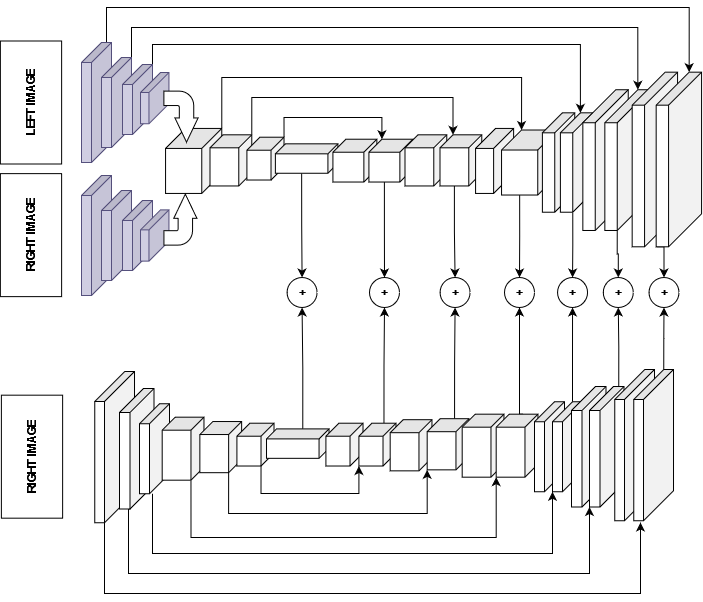
This is test.png from APVGITHUB/stereo-fpga, a draw.io export, as it was before one commit. Source tidied: cells renumbered, new cells last; positions are measured from the earlier drawing's top-left corner, leaving out a move shared by most shapes.
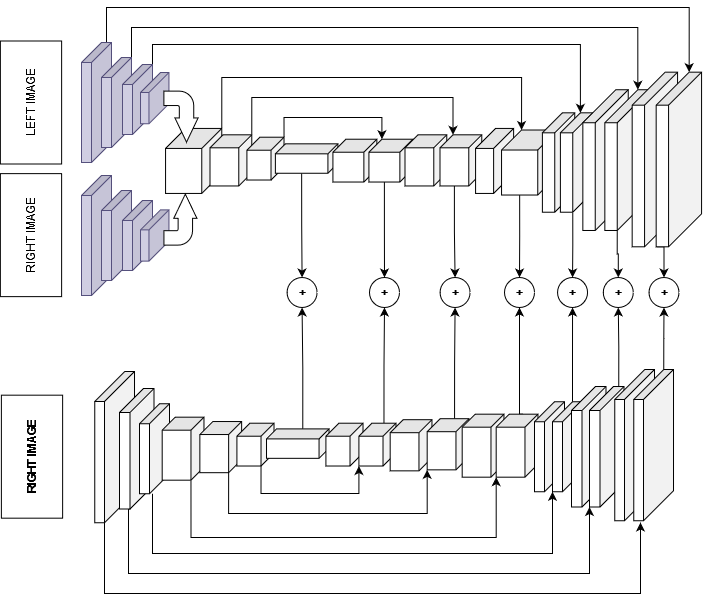
Above is the later version.

The edit, as a diff of the source:
```diff
@@ -45,10 +45,10 @@
     <mxCell id="12" style="shape=cube;whiteSpace=wrap;html=1;boundedLbl=1;backgroundOutline=1;darkOpacity=0.05;darkOpacity2=0.1;rotation=90;fillColor=#d0cee2;strokeColor=#56517e;" parent="1" vertex="1">
       <mxGeometry x="159.6" y="213.8" width="51.2" height="28.4" as="geometry" />
     </mxCell>
-    <mxCell id="13" value="&lt;b&gt;LEFT IMAGE&lt;/b&gt;" style="rounded=0;whiteSpace=wrap;html=1;rotation=-90;" parent="1" vertex="1">
+    <mxCell id="13" value="LEFT IMAGE" style="rounded=0;whiteSpace=wrap;html=1;rotation=-90;" parent="1" vertex="1">
       <mxGeometry y="64.4" width="123" height="61.2" as="geometry" />
     </mxCell>
-    <mxCell id="14" value="&lt;b&gt;RIGHT IMAGE&lt;/b&gt;" style="rounded=0;whiteSpace=wrap;html=1;rotation=-90;" parent="1" vertex="1">
+    <mxCell id="14" value="RIGHT IMAGE" style="rounded=0;whiteSpace=wrap;html=1;rotation=-90;" parent="1" vertex="1">
       <mxGeometry y="197" width="123" height="61.2" as="geometry" />
     </mxCell>
     <mxCell id="15" style="edgeStyle=orthogonalEdgeStyle;rounded=0;jettySize=auto;html=1;exitX=0;exitY=0;exitDx=0;exitDy=0;exitPerimeter=0;entryX=0;entryY=0;entryDx=0;entryDy=36.21000000000001;entryPerimeter=0;" parent="1" edge="1" source="16" target="33">
```
